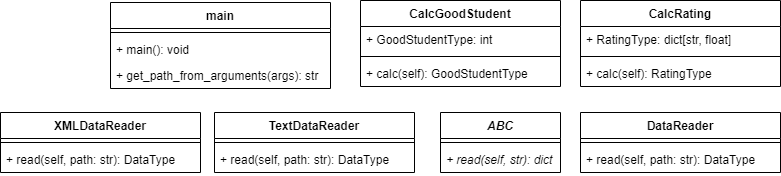
Earlier version of the draw.io export ClassDiagram.png (Gravetar/PTLab1). Source tidied: cells renumbered, new cells last; positions are measured from the earlier drawing's top-left corner, leaving out a move shared by most shapes. The source it was exported from:
```xml
<mxGraphModel>
  <root>
    <mxCell id="0" />
    <mxCell id="1" parent="0" />
    <mxCell id="2" value="main" style="swimlane;fontStyle=1;align=center;verticalAlign=top;horizontal=1;startSize=26;" parent="1" vertex="1">
      <mxGeometry x="110" y="2" width="220" height="86" as="geometry" />
    </mxCell>
    <mxCell id="3" style="line;strokeWidth=1;fillColor=none;align=left;verticalAlign=middle;spacingTop=-1;spacingLeft=3;spacingRight=3;labelPosition=right;" parent="2" vertex="1">
      <mxGeometry y="26" width="220" height="8" as="geometry" />
    </mxCell>
    <mxCell id="4" value="+ main(): void" style="text;strokeColor=none;fillColor=none;align=left;verticalAlign=top;spacingLeft=4;spacingRight=4;overflow=hidden;points=[[0,0.5],[1,0.5]];portConstraint=eastwest;" parent="2" vertex="1">
      <mxGeometry y="34" width="220" height="26" as="geometry" />
    </mxCell>
    <mxCell id="5" value="+ get_path_from_arguments(args): str" style="text;strokeColor=none;fillColor=none;align=left;verticalAlign=top;spacingLeft=4;spacingRight=4;overflow=hidden;" parent="2" vertex="1">
      <mxGeometry y="60" width="220" height="26" as="geometry" />
    </mxCell>
    <mxCell id="6" value="CalcGoodStudent" style="swimlane;fontStyle=1;align=center;verticalAlign=top;horizontal=1;startSize=26;" parent="1" vertex="1">
      <mxGeometry x="360" width="200" height="86" as="geometry" />
    </mxCell>
    <mxCell id="7" value="+ GoodStudentType: int" style="text;strokeColor=none;fillColor=none;align=left;verticalAlign=top;spacingLeft=4;spacingRight=4;overflow=hidden;points=[[0,0.5],[1,0.5]];portConstraint=eastwest;" parent="6" vertex="1">
      <mxGeometry y="26" width="200" height="26" as="geometry" />
    </mxCell>
    <mxCell id="8" style="line;strokeWidth=1;fillColor=none;align=left;verticalAlign=middle;spacingTop=-1;spacingLeft=3;spacingRight=3;labelPosition=right;" parent="6" vertex="1">
      <mxGeometry y="52" width="200" height="8" as="geometry" />
    </mxCell>
    <mxCell id="9" value="+ calc(self): GoodStudentType" style="text;strokeColor=none;fillColor=none;align=left;verticalAlign=top;spacingLeft=4;spacingRight=4;overflow=hidden;" parent="6" vertex="1">
      <mxGeometry y="60" width="200" height="26" as="geometry" />
    </mxCell>
    <mxCell id="10" value="CalcRating" style="swimlane;fontStyle=1;align=center;verticalAlign=top;horizontal=1;startSize=26;" parent="1" vertex="1">
      <mxGeometry x="580" width="200" height="86" as="geometry" />
    </mxCell>
    <mxCell id="11" value="+ RatingType: dict[str, float]" style="text;strokeColor=none;fillColor=none;align=left;verticalAlign=top;spacingLeft=4;spacingRight=4;overflow=hidden;points=[[0,0.5],[1,0.5]];portConstraint=eastwest;" parent="10" vertex="1">
      <mxGeometry y="26" width="200" height="26" as="geometry" />
    </mxCell>
    <mxCell id="12" style="line;strokeWidth=1;fillColor=none;align=left;verticalAlign=middle;spacingTop=-1;spacingLeft=3;spacingRight=3;labelPosition=right;" parent="10" vertex="1">
      <mxGeometry y="52" width="200" height="8" as="geometry" />
    </mxCell>
    <mxCell id="13" value="+ calc(self): RatingType" style="text;strokeColor=none;fillColor=none;align=left;verticalAlign=top;spacingLeft=4;spacingRight=4;overflow=hidden;" parent="10" vertex="1">
      <mxGeometry y="60" width="200" height="26" as="geometry" />
    </mxCell>
    <mxCell id="14" value="DataReader" style="swimlane;fontStyle=1;align=center;verticalAlign=top;horizontal=1;startSize=26;" parent="1" vertex="1">
      <mxGeometry x="580" y="112" width="200" height="60" as="geometry" />
    </mxCell>
    <mxCell id="15" style="line;strokeWidth=1;fillColor=none;align=left;verticalAlign=middle;spacingTop=-1;spacingLeft=3;spacingRight=3;labelPosition=right;points=[];portConstraint=eastwest;" parent="14" vertex="1">
      <mxGeometry y="26" width="200" height="8" as="geometry" />
    </mxCell>
    <mxCell id="16" value="+ read(self, path: str): DataType" style="text;strokeColor=none;fillColor=none;align=left;verticalAlign=top;spacingLeft=4;spacingRight=4;overflow=hidden;" parent="14" vertex="1">
      <mxGeometry y="34" width="200" height="26" as="geometry" />
    </mxCell>
    <mxCell id="17" value="ABC" style="swimlane;fontStyle=3;align=center;verticalAlign=top;horizontal=1;startSize=26;" parent="1" vertex="1">
      <mxGeometry x="440" y="112" width="120" height="60" as="geometry" />
    </mxCell>
    <mxCell id="18" style="line;strokeWidth=1;fillColor=none;align=left;verticalAlign=middle;spacingTop=-1;spacingLeft=3;spacingRight=3;labelPosition=right;" parent="17" vertex="1">
      <mxGeometry y="26" width="120" height="8" as="geometry" />
    </mxCell>
    <mxCell id="19" value="+ read(self, str): dict" style="text;strokeColor=none;fillColor=none;align=left;verticalAlign=top;spacingLeft=4;spacingRight=4;overflow=hidden;points=[[0,0.5],[1,0.5]];portConstraint=eastwest;fontStyle=2;" parent="17" vertex="1">
      <mxGeometry y="34" width="120" height="26" as="geometry" />
    </mxCell>
    <mxCell id="20" value="TextDataReader" style="swimlane;fontStyle=1;align=center;verticalAlign=top;horizontal=1;startSize=26;" parent="1" vertex="1">
      <mxGeometry x="214" y="112" width="200" height="60" as="geometry" />
    </mxCell>
    <mxCell id="21" style="line;strokeWidth=1;fillColor=none;align=left;verticalAlign=middle;spacingTop=-1;spacingLeft=3;spacingRight=3;labelPosition=right;" parent="20" vertex="1">
      <mxGeometry y="26" width="200" height="8" as="geometry" />
    </mxCell>
    <mxCell id="22" value="+ read(self, path: str): DataType" style="text;strokeColor=none;fillColor=none;align=left;verticalAlign=top;spacingLeft=4;spacingRight=4;overflow=hidden;" parent="20" vertex="1">
      <mxGeometry y="34" width="200" height="26" as="geometry" />
    </mxCell>
    <mxCell id="23" value="XMLDataReader" style="swimlane;fontStyle=1;align=center;verticalAlign=top;horizontal=1;startSize=26;" parent="1" vertex="1">
      <mxGeometry y="112" width="200" height="60" as="geometry" />
    </mxCell>
    <mxCell id="24" style="line;strokeWidth=1;fillColor=none;align=left;verticalAlign=middle;spacingTop=-1;spacingLeft=3;spacingRight=3;labelPosition=right;" parent="23" vertex="1">
      <mxGeometry y="26" width="200" height="8" as="geometry" />
    </mxCell>
    <mxCell id="25" value="+ read(self, path: str): DataType" style="text;strokeColor=none;fillColor=none;align=left;verticalAlign=top;spacingLeft=4;spacingRight=4;overflow=hidden;" parent="23" vertex="1">
      <mxGeometry y="34" width="200" height="26" as="geometry" />
    </mxCell>
  </root>
</mxGraphModel>
```
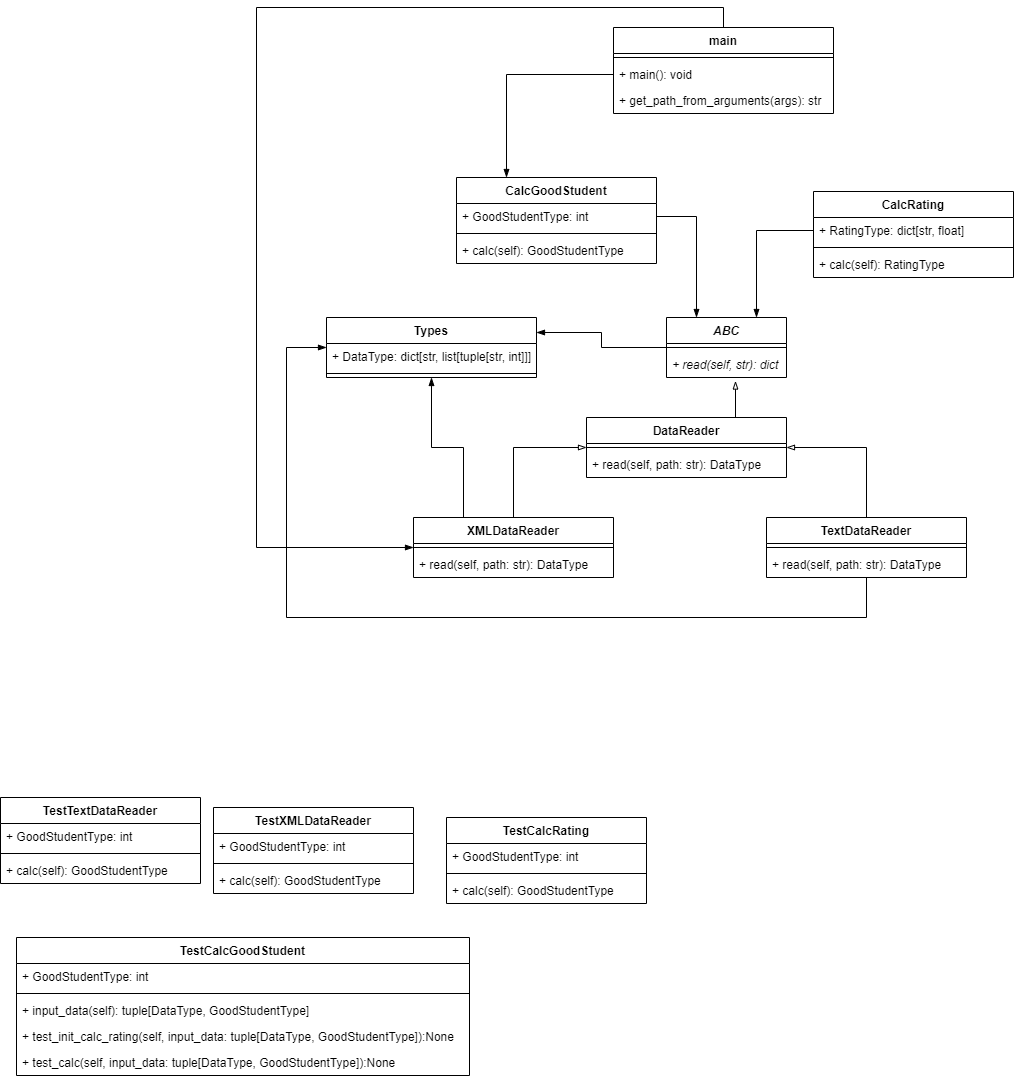
Above is the later version.

Diff of the diagram source:
```diff
@@ -2,8 +2,17 @@
   <root>
     <mxCell id="0" />
     <mxCell id="1" parent="0" />
+    <mxCell id="26" style="edgeStyle=orthogonalEdgeStyle;rounded=0;jettySize=auto;html=1;endArrow=blockThin;endFill=1;" parent="1" edge="1" source="2" target="23">
+      <mxGeometry relative="1" as="geometry">
+        <Array as="points">
+          <mxPoint x="737" y="-98" />
+          <mxPoint x="270" y="-98" />
+          <mxPoint x="270" y="442" />
+        </Array>
+      </mxGeometry>
+    </mxCell>
     <mxCell id="2" value="main" style="swimlane;fontStyle=1;align=center;verticalAlign=top;horizontal=1;startSize=26;" parent="1" vertex="1">
-      <mxGeometry x="110" y="2" width="220" height="86" as="geometry" />
+      <mxGeometry x="627" y="-78" width="220" height="86" as="geometry" />
     </mxCell>
     <mxCell id="3" style="line;strokeWidth=1;fillColor=none;align=left;verticalAlign=middle;spacingTop=-1;spacingLeft=3;spacingRight=3;labelPosition=right;" parent="2" vertex="1">
       <mxGeometry y="26" width="220" height="8" as="geometry" />
@@ -15,7 +24,7 @@
       <mxGeometry y="60" width="220" height="26" as="geometry" />
     </mxCell>
     <mxCell id="6" value="CalcGoodStudent" style="swimlane;fontStyle=1;align=center;verticalAlign=top;horizontal=1;startSize=26;" parent="1" vertex="1">
-      <mxGeometry x="360" width="200" height="86" as="geometry" />
+      <mxGeometry x="470" y="72" width="200" height="86" as="geometry" />
     </mxCell>
     <mxCell id="7" value="+ GoodStudentType: int" style="text;strokeColor=none;fillColor=none;align=left;verticalAlign=top;spacingLeft=4;spacingRight=4;overflow=hidden;points=[[0,0.5],[1,0.5]];portConstraint=eastwest;" parent="6" vertex="1">
       <mxGeometry y="26" width="200" height="26" as="geometry" />
@@ -27,7 +36,7 @@
       <mxGeometry y="60" width="200" height="26" as="geometry" />
     </mxCell>
     <mxCell id="10" value="CalcRating" style="swimlane;fontStyle=1;align=center;verticalAlign=top;horizontal=1;startSize=26;" parent="1" vertex="1">
-      <mxGeometry x="580" width="200" height="86" as="geometry" />
+      <mxGeometry x="827" y="86" width="200" height="86" as="geometry" />
     </mxCell>
     <mxCell id="11" value="+ RatingType: dict[str, float]" style="text;strokeColor=none;fillColor=none;align=left;verticalAlign=top;spacingLeft=4;spacingRight=4;overflow=hidden;points=[[0,0.5],[1,0.5]];portConstraint=eastwest;" parent="10" vertex="1">
       <mxGeometry y="26" width="200" height="26" as="geometry" />
@@ -38,8 +47,11 @@
     <mxCell id="13" value="+ calc(self): RatingType" style="text;strokeColor=none;fillColor=none;align=left;verticalAlign=top;spacingLeft=4;spacingRight=4;overflow=hidden;" parent="10" vertex="1">
       <mxGeometry y="60" width="200" height="26" as="geometry" />
     </mxCell>
+    <mxCell id="27" style="edgeStyle=orthogonalEdgeStyle;rounded=0;jettySize=auto;html=1;exitX=0.75;exitY=0;exitDx=0;exitDy=0;entryX=0.575;entryY=1.135;entryDx=0;entryDy=0;entryPerimeter=0;endArrow=blockThin;endFill=0;" parent="1" edge="1" source="14" target="19">
+      <mxGeometry relative="1" as="geometry" />
+    </mxCell>
     <mxCell id="14" value="DataReader" style="swimlane;fontStyle=1;align=center;verticalAlign=top;horizontal=1;startSize=26;" parent="1" vertex="1">
-      <mxGeometry x="580" y="112" width="200" height="60" as="geometry" />
+      <mxGeometry x="600" y="312" width="200" height="60" as="geometry" />
     </mxCell>
     <mxCell id="15" style="line;strokeWidth=1;fillColor=none;align=left;verticalAlign=middle;spacingTop=-1;spacingLeft=3;spacingRight=3;labelPosition=right;points=[];portConstraint=eastwest;" parent="14" vertex="1">
       <mxGeometry y="26" width="200" height="8" as="geometry" />
@@ -47,8 +59,11 @@
     <mxCell id="16" value="+ read(self, path: str): DataType" style="text;strokeColor=none;fillColor=none;align=left;verticalAlign=top;spacingLeft=4;spacingRight=4;overflow=hidden;" parent="14" vertex="1">
       <mxGeometry y="34" width="200" height="26" as="geometry" />
     </mxCell>
+    <mxCell id="28" style="edgeStyle=orthogonalEdgeStyle;rounded=0;jettySize=auto;html=1;entryX=1;entryY=0.25;entryDx=0;entryDy=0;endArrow=blockThin;endFill=1;" parent="1" edge="1" source="17" target="51">
+      <mxGeometry relative="1" as="geometry" />
+    </mxCell>
     <mxCell id="17" value="ABC" style="swimlane;fontStyle=3;align=center;verticalAlign=top;horizontal=1;startSize=26;" parent="1" vertex="1">
-      <mxGeometry x="440" y="112" width="120" height="60" as="geometry" />
+      <mxGeometry x="680" y="212" width="120" height="60" as="geometry" />
     </mxCell>
     <mxCell id="18" style="line;strokeWidth=1;fillColor=none;align=left;verticalAlign=middle;spacingTop=-1;spacingLeft=3;spacingRight=3;labelPosition=right;" parent="17" vertex="1">
       <mxGeometry y="26" width="120" height="8" as="geometry" />
@@ -56,8 +71,20 @@
     <mxCell id="19" value="+ read(self, str): dict" style="text;strokeColor=none;fillColor=none;align=left;verticalAlign=top;spacingLeft=4;spacingRight=4;overflow=hidden;points=[[0,0.5],[1,0.5]];portConstraint=eastwest;fontStyle=2;" parent="17" vertex="1">
       <mxGeometry y="34" width="120" height="26" as="geometry" />
     </mxCell>
+    <mxCell id="29" style="edgeStyle=orthogonalEdgeStyle;rounded=0;jettySize=auto;html=1;exitX=0.5;exitY=0;exitDx=0;exitDy=0;entryX=1;entryY=0.5;entryDx=0;entryDy=0;endArrow=blockThin;endFill=0;" parent="1" edge="1" source="20" target="14">
+      <mxGeometry relative="1" as="geometry" />
+    </mxCell>
+    <mxCell id="30" style="edgeStyle=orthogonalEdgeStyle;rounded=0;jettySize=auto;html=1;endArrow=blockThin;endFill=1;" parent="1" edge="1" source="20" target="51">
+      <mxGeometry relative="1" as="geometry">
+        <Array as="points">
+          <mxPoint x="880" y="512" />
+          <mxPoint x="300" y="512" />
+          <mxPoint x="300" y="242" />
+        </Array>
+      </mxGeometry>
+    </mxCell>
     <mxCell id="20" value="TextDataReader" style="swimlane;fontStyle=1;align=center;verticalAlign=top;horizontal=1;startSize=26;" parent="1" vertex="1">
-      <mxGeometry x="214" y="112" width="200" height="60" as="geometry" />
+      <mxGeometry x="780" y="412" width="200" height="60" as="geometry" />
     </mxCell>
     <mxCell id="21" style="line;strokeWidth=1;fillColor=none;align=left;verticalAlign=middle;spacingTop=-1;spacingLeft=3;spacingRight=3;labelPosition=right;" parent="20" vertex="1">
       <mxGeometry y="26" width="200" height="8" as="geometry" />
@@ -65,8 +92,14 @@
     <mxCell id="22" value="+ read(self, path: str): DataType" style="text;strokeColor=none;fillColor=none;align=left;verticalAlign=top;spacingLeft=4;spacingRight=4;overflow=hidden;" parent="20" vertex="1">
       <mxGeometry y="34" width="200" height="26" as="geometry" />
     </mxCell>
+    <mxCell id="31" style="edgeStyle=orthogonalEdgeStyle;rounded=0;jettySize=auto;html=1;exitX=0.5;exitY=0;exitDx=0;exitDy=0;endArrow=blockThin;endFill=0;" parent="1" edge="1" source="23" target="15">
+      <mxGeometry relative="1" as="geometry" />
+    </mxCell>
+    <mxCell id="32" style="edgeStyle=orthogonalEdgeStyle;rounded=0;jettySize=auto;html=1;exitX=0.25;exitY=0;exitDx=0;exitDy=0;endArrow=blockThin;endFill=1;" parent="1" edge="1" source="23" target="51">
+      <mxGeometry relative="1" as="geometry" />
+    </mxCell>
     <mxCell id="23" value="XMLDataReader" style="swimlane;fontStyle=1;align=center;verticalAlign=top;horizontal=1;startSize=26;" parent="1" vertex="1">
-      <mxGeometry y="112" width="200" height="60" as="geometry" />
+      <mxGeometry x="427" y="412" width="200" height="60" as="geometry" />
     </mxCell>
     <mxCell id="24" style="line;strokeWidth=1;fillColor=none;align=left;verticalAlign=middle;spacingTop=-1;spacingLeft=3;spacingRight=3;labelPosition=right;" parent="23" vertex="1">
       <mxGeometry y="26" width="200" height="8" as="geometry" />
@@ -74,5 +107,77 @@
     <mxCell id="25" value="+ read(self, path: str): DataType" style="text;strokeColor=none;fillColor=none;align=left;verticalAlign=top;spacingLeft=4;spacingRight=4;overflow=hidden;" parent="23" vertex="1">
       <mxGeometry y="34" width="200" height="26" as="geometry" />
     </mxCell>
+    <mxCell id="33" value="TestCalcRating" style="swimlane;fontStyle=1;align=center;verticalAlign=top;horizontal=1;startSize=26;" parent="1" vertex="1">
+      <mxGeometry x="460" y="712" width="200" height="86" as="geometry" />
+    </mxCell>
+    <mxCell id="34" value="+ GoodStudentType: int" style="text;strokeColor=none;fillColor=none;align=left;verticalAlign=top;spacingLeft=4;spacingRight=4;overflow=hidden;" parent="33" vertex="1">
+      <mxGeometry y="26" width="200" height="26" as="geometry" />
+    </mxCell>
+    <mxCell id="35" style="line;strokeWidth=1;fillColor=none;align=left;verticalAlign=middle;spacingTop=-1;spacingLeft=3;spacingRight=3;labelPosition=right;" parent="33" vertex="1">
+      <mxGeometry y="52" width="200" height="8" as="geometry" />
+    </mxCell>
+    <mxCell id="36" value="+ calc(self): GoodStudentType" style="text;strokeColor=none;fillColor=none;align=left;verticalAlign=top;spacingLeft=4;spacingRight=4;overflow=hidden;" parent="33" vertex="1">
+      <mxGeometry y="60" width="200" height="26" as="geometry" />
+    </mxCell>
+    <mxCell id="37" value="TestCalcGoodStudent" style="swimlane;fontStyle=1;align=center;verticalAlign=top;horizontal=1;startSize=26;" parent="1" vertex="1">
+      <mxGeometry x="30" y="832" width="453" height="138" as="geometry" />
+    </mxCell>
+    <mxCell id="38" value="+ GoodStudentType: int" style="text;strokeColor=none;fillColor=none;align=left;verticalAlign=top;spacingLeft=4;spacingRight=4;overflow=hidden;" parent="37" vertex="1">
+      <mxGeometry y="26" width="453" height="26" as="geometry" />
+    </mxCell>
+    <mxCell id="39" style="line;strokeWidth=1;fillColor=none;align=left;verticalAlign=middle;spacingTop=-1;spacingLeft=3;spacingRight=3;labelPosition=right;" parent="37" vertex="1">
+      <mxGeometry y="52" width="453" height="8" as="geometry" />
+    </mxCell>
+    <mxCell id="40" value="+ input_data(self): tuple[DataType, GoodStudentType]" style="text;strokeColor=none;fillColor=none;align=left;verticalAlign=top;spacingLeft=4;spacingRight=4;overflow=hidden;" parent="37" vertex="1">
+      <mxGeometry y="60" width="453" height="26" as="geometry" />
+    </mxCell>
+    <mxCell id="41" value="+ test_init_calc_rating(self, input_data: tuple[DataType, GoodStudentType]):None" style="text;strokeColor=none;fillColor=none;align=left;verticalAlign=top;spacingLeft=4;spacingRight=4;overflow=hidden;" parent="37" vertex="1">
+      <mxGeometry y="86" width="453" height="26" as="geometry" />
+    </mxCell>
+    <mxCell id="42" value="+ test_calc(self, input_data: tuple[DataType, GoodStudentType]):None" style="text;strokeColor=none;fillColor=none;align=left;verticalAlign=top;spacingLeft=4;spacingRight=4;overflow=hidden;" parent="37" vertex="1">
+      <mxGeometry y="112" width="453" height="26" as="geometry" />
+    </mxCell>
+    <mxCell id="43" value="TestTextDataReader" style="swimlane;fontStyle=1;align=center;verticalAlign=top;horizontal=1;startSize=26;" parent="1" vertex="1">
+      <mxGeometry x="14" y="692" width="200" height="86" as="geometry" />
+    </mxCell>
+    <mxCell id="44" value="+ GoodStudentType: int" style="text;strokeColor=none;fillColor=none;align=left;verticalAlign=top;spacingLeft=4;spacingRight=4;overflow=hidden;" parent="43" vertex="1">
+      <mxGeometry y="26" width="200" height="26" as="geometry" />
+    </mxCell>
+    <mxCell id="45" style="line;strokeWidth=1;fillColor=none;align=left;verticalAlign=middle;spacingTop=-1;spacingLeft=3;spacingRight=3;labelPosition=right;" parent="43" vertex="1">
+      <mxGeometry y="52" width="200" height="8" as="geometry" />
+    </mxCell>
+    <mxCell id="46" value="+ calc(self): GoodStudentType" style="text;strokeColor=none;fillColor=none;align=left;verticalAlign=top;spacingLeft=4;spacingRight=4;overflow=hidden;" parent="43" vertex="1">
+      <mxGeometry y="60" width="200" height="26" as="geometry" />
+    </mxCell>
+    <mxCell id="47" value="TestXMLDataReader" style="swimlane;fontStyle=1;align=center;verticalAlign=top;horizontal=1;startSize=26;" parent="1" vertex="1">
+      <mxGeometry x="227" y="702" width="200" height="86" as="geometry" />
+    </mxCell>
+    <mxCell id="48" value="+ GoodStudentType: int" style="text;strokeColor=none;fillColor=none;align=left;verticalAlign=top;spacingLeft=4;spacingRight=4;overflow=hidden;" parent="47" vertex="1">
+      <mxGeometry y="26" width="200" height="26" as="geometry" />
+    </mxCell>
+    <mxCell id="49" style="line;strokeWidth=1;fillColor=none;align=left;verticalAlign=middle;spacingTop=-1;spacingLeft=3;spacingRight=3;labelPosition=right;" parent="47" vertex="1">
+      <mxGeometry y="52" width="200" height="8" as="geometry" />
+    </mxCell>
+    <mxCell id="50" value="+ calc(self): GoodStudentType" style="text;strokeColor=none;fillColor=none;align=left;verticalAlign=top;spacingLeft=4;spacingRight=4;overflow=hidden;" parent="47" vertex="1">
+      <mxGeometry y="60" width="200" height="26" as="geometry" />
+    </mxCell>
+    <mxCell id="51" value="Types" style="swimlane;fontStyle=1;align=center;verticalAlign=top;horizontal=1;startSize=26;" parent="1" vertex="1">
+      <mxGeometry x="340" y="212" width="210" height="60" as="geometry" />
+    </mxCell>
+    <mxCell id="52" value="+ DataType: dict[str, list[tuple[str, int]]]" style="text;strokeColor=none;fillColor=none;align=left;verticalAlign=top;spacingLeft=4;spacingRight=4;overflow=hidden;" parent="51" vertex="1">
+      <mxGeometry y="26" width="210" height="26" as="geometry" />
+    </mxCell>
+    <mxCell id="53" style="line;strokeWidth=1;fillColor=none;align=left;verticalAlign=middle;spacingTop=-1;spacingLeft=3;spacingRight=3;labelPosition=right;" parent="51" vertex="1">
+      <mxGeometry y="52" width="210" height="8" as="geometry" />
+    </mxCell>
+    <mxCell id="54" style="edgeStyle=orthogonalEdgeStyle;rounded=0;jettySize=auto;html=1;entryX=0.75;entryY=0;entryDx=0;entryDy=0;endArrow=blockThin;endFill=1;" parent="1" edge="1" source="11" target="17">
+      <mxGeometry relative="1" as="geometry" />
+    </mxCell>
+    <mxCell id="55" style="edgeStyle=orthogonalEdgeStyle;rounded=0;jettySize=auto;html=1;entryX=0.25;entryY=0;entryDx=0;entryDy=0;endArrow=blockThin;endFill=1;" parent="1" edge="1" source="7" target="17">
+      <mxGeometry relative="1" as="geometry" />
+    </mxCell>
+    <mxCell id="56" style="edgeStyle=orthogonalEdgeStyle;rounded=0;jettySize=auto;html=1;entryX=0.25;entryY=0;entryDx=0;entryDy=0;endArrow=blockThin;endFill=1;" parent="1" edge="1" source="4" target="6">
+      <mxGeometry relative="1" as="geometry" />
+    </mxCell>
   </root>
 </mxGraphModel>
```
